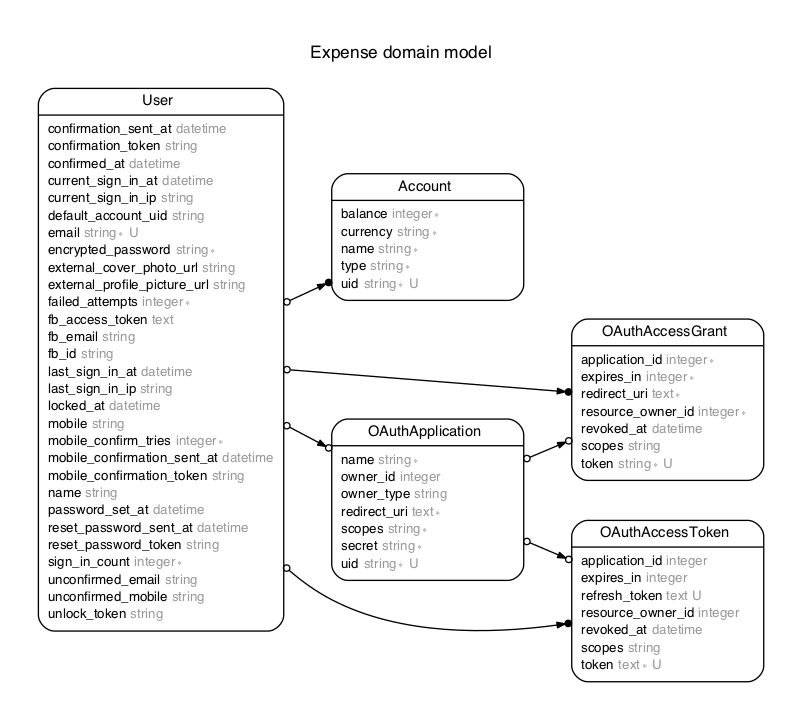
The Graphviz diagram erd.png in expenture/Expense, before a commit. Its source is kept beside it as erd.dot. Source of this version:
```dot
digraph Expense {
rankdir = "LR";
ranksep = "0.5";
nodesep = "0.4";
pad = "0.4,0.4";
margin = "0,0";
concentrate = "true";
labelloc = "t";
fontsize = "13";
fontname = "Arial BoldMT";
node[ shape  =  "Mrecord" , fontsize  =  "10" , fontname  =  "ArialMT" , margin  =  "0.07,0.05" , penwidth  =  "1.0"];
edge[ fontname  =  "ArialMT" , fontsize  =  "7" , dir  =  "both" , arrowsize  =  "0.9" , penwidth  =  "1.0" , labelangle  =  "32" , labeldistance  =  "1.8"];
label = "Expense domain model\n\n";
m_Account [label = <<table border="0" align="center" cellspacing="0.5" cellpadding="0" width="134">
  <tr><td align="center" valign="bottom" width="130"><font face="Arial BoldMT" point-size="11">Account</font></td></tr>
</table>
|
<table border="0" align="left" cellspacing="2" cellpadding="0" width="134">
  <tr><td align="left" width="130" port="balance">balance <font face="Arial ItalicMT" color="grey60">integer ∗</font></td></tr>
  <tr><td align="left" width="130" port="currency">currency <font face="Arial ItalicMT" color="grey60">string ∗</font></td></tr>
  <tr><td align="left" width="130" port="name">name <font face="Arial ItalicMT" color="grey60">string ∗</font></td></tr>
  <tr><td align="left" width="130" port="type">type <font face="Arial ItalicMT" color="grey60">string ∗</font></td></tr>
  <tr><td align="left" width="130" port="uid">uid <font face="Arial ItalicMT" color="grey60">string ∗ U</font></td></tr>
</table>
>];
m_OAuthAccessGrant [label = <<table border="0" align="center" cellspacing="0.5" cellpadding="0" width="134">
  <tr><td align="center" valign="bottom" width="130"><font face="Arial BoldMT" point-size="11">OAuthAccessGrant</font></td></tr>
</table>
|
<table border="0" align="left" cellspacing="2" cellpadding="0" width="134">
  <tr><td align="left" width="130" port="application_id">application_id <font face="Arial ItalicMT" color="grey60">integer ∗</font></td></tr>
  <tr><td align="left" width="130" port="expires_in">expires_in <font face="Arial ItalicMT" color="grey60">integer ∗</font></td></tr>
  <tr><td align="left" width="130" port="redirect_uri">redirect_uri <font face="Arial ItalicMT" color="grey60">text ∗</font></td></tr>
  <tr><td align="left" width="130" port="resource_owner_id">resource_owner_id <font face="Arial ItalicMT" color="grey60">integer ∗</font></td></tr>
  <tr><td align="left" width="130" port="revoked_at">revoked_at <font face="Arial ItalicMT" color="grey60">datetime</font></td></tr>
  <tr><td align="left" width="130" port="scopes">scopes <font face="Arial ItalicMT" color="grey60">string</font></td></tr>
  <tr><td align="left" width="130" port="token">token <font face="Arial ItalicMT" color="grey60">string ∗ U</font></td></tr>
</table>
>];
m_OAuthAccessToken [label = <<table border="0" align="center" cellspacing="0.5" cellpadding="0" width="134">
  <tr><td align="center" valign="bottom" width="130"><font face="Arial BoldMT" point-size="11">OAuthAccessToken</font></td></tr>
</table>
|
<table border="0" align="left" cellspacing="2" cellpadding="0" width="134">
  <tr><td align="left" width="130" port="application_id">application_id <font face="Arial ItalicMT" color="grey60">integer</font></td></tr>
  <tr><td align="left" width="130" port="expires_in">expires_in <font face="Arial ItalicMT" color="grey60">integer</font></td></tr>
  <tr><td align="left" width="130" port="refresh_token">refresh_token <font face="Arial ItalicMT" color="grey60">text U</font></td></tr>
  <tr><td align="left" width="130" port="resource_owner_id">resource_owner_id <font face="Arial ItalicMT" color="grey60">integer</font></td></tr>
  <tr><td align="left" width="130" port="revoked_at">revoked_at <font face="Arial ItalicMT" color="grey60">datetime</font></td></tr>
  <tr><td align="left" width="130" port="scopes">scopes <font face="Arial ItalicMT" color="grey60">string</font></td></tr>
  <tr><td align="left" width="130" port="token">token <font face="Arial ItalicMT" color="grey60">text ∗ U</font></td></tr>
</table>
>];
m_OAuthApplication [label = <<table border="0" align="center" cellspacing="0.5" cellpadding="0" width="134">
  <tr><td align="center" valign="bottom" width="130"><font face="Arial BoldMT" point-size="11">OAuthApplication</font></td></tr>
</table>
|
<table border="0" align="left" cellspacing="2" cellpadding="0" width="134">
  <tr><td align="left" width="130" port="name">name <font face="Arial ItalicMT" color="grey60">string ∗</font></td></tr>
  <tr><td align="left" width="130" port="owner_id">owner_id <font face="Arial ItalicMT" color="grey60">integer</font></td></tr>
  <tr><td align="left" width="130" port="owner_type">owner_type <font face="Arial ItalicMT" color="grey60">string</font></td></tr>
  <tr><td align="left" width="130" port="redirect_uri">redirect_uri <font face="Arial ItalicMT" color="grey60">text ∗</font></td></tr>
  <tr><td align="left" width="130" port="scopes">scopes <font face="Arial ItalicMT" color="grey60">string ∗</font></td></tr>
  <tr><td align="left" width="130" port="secret">secret <font face="Arial ItalicMT" color="grey60">string ∗</font></td></tr>
  <tr><td align="left" width="130" port="uid">uid <font face="Arial ItalicMT" color="grey60">string ∗ U</font></td></tr>
</table>
>];
m_User [label = <<table border="0" align="center" cellspacing="0.5" cellpadding="0" width="134">
  <tr><td align="center" valign="bottom" width="130"><font face="Arial BoldMT" point-size="11">User</font></td></tr>
</table>
|
<table border="0" align="left" cellspacing="2" cellpadding="0" width="134">
  <tr><td align="left" width="130" port="confirmation_sent_at">confirmation_sent_at <font face="Arial ItalicMT" color="grey60">datetime</font></td></tr>
  <tr><td align="left" width="130" port="confirmation_token">confirmation_token <font face="Arial ItalicMT" color="grey60">string</font></td></tr>
  <tr><td align="left" width="130" port="confirmed_at">confirmed_at <font face="Arial ItalicMT" color="grey60">datetime</font></td></tr>
  <tr><td align="left" width="130" port="current_sign_in_at">current_sign_in_at <font face="Arial ItalicMT" color="grey60">datetime</font></td></tr>
  <tr><td align="left" width="130" port="current_sign_in_ip">current_sign_in_ip <font face="Arial ItalicMT" color="grey60">string</font></td></tr>
  <tr><td align="left" width="130" port="default_account_uid">default_account_uid <font face="Arial ItalicMT" color="grey60">string</font></td></tr>
  <tr><td align="left" width="130" port="email">email <font face="Arial ItalicMT" color="grey60">string ∗ U</font></td></tr>
  <tr><td align="left" width="130" port="encrypted_password">encrypted_password <font face="Arial ItalicMT" color="grey60">string ∗</font></td></tr>
  <tr><td align="left" width="130" port="external_cover_photo_url">external_cover_photo_url <font face="Arial ItalicMT" color="grey60">string</font></td></tr>
  <tr><td align="left" width="130" port="external_profile_picture_url">external_profile_picture_url <font face="Arial ItalicMT" color="grey60">string</font></td></tr>
  <tr><td align="left" width="130" port="failed_attempts">failed_attempts <font face="Arial ItalicMT" color="grey60">integer ∗</font></td></tr>
  <tr><td align="left" width="130" port="fb_access_token">fb_access_token <font face="Arial ItalicMT" color="grey60">text</font></td></tr>
  <tr><td align="left" width="130" port="fb_email">fb_email <font face="Arial ItalicMT" color="grey60">string</font></td></tr>
  <tr><td align="left" width="130" port="fb_id">fb_id <font face="Arial ItalicMT" color="grey60">string</font></td></tr>
  <tr><td align="left" width="130" port="last_sign_in_at">last_sign_in_at <font face="Arial ItalicMT" color="grey60">datetime</font></td></tr>
  <tr><td align="left" width="130" port="last_sign_in_ip">last_sign_in_ip <font face="Arial ItalicMT" color="grey60">string</font></td></tr>
  <tr><td align="left" width="130" port="locked_at">locked_at <font face="Arial ItalicMT" color="grey60">datetime</font></td></tr>
  <tr><td align="left" width="130" port="mobile">mobile <font face="Arial ItalicMT" color="grey60">string</font></td></tr>
  <tr><td align="left" width="130" port="mobile_confirm_tries">mobile_confirm_tries <font face="Arial ItalicMT" color="grey60">integer ∗</font></td></tr>
  <tr><td align="left" width="130" port="mobile_confirmation_sent_at">mobile_confirmation_sent_at <font face="Arial ItalicMT" color="grey60">datetime</font></td></tr>
  <tr><td align="left" width="130" port="mobile_confirmation_token">mobile_confirmation_token <font face="Arial ItalicMT" color="grey60">string</font></td></tr>
  <tr><td align="left" width="130" port="name">name <font face="Arial ItalicMT" color="grey60">string</font></td></tr>
  <tr><td align="left" width="130" port="password_set_at">password_set_at <font face="Arial ItalicMT" color="grey60">datetime</font></td></tr>
  <tr><td align="left" width="130" port="reset_password_sent_at">reset_password_sent_at <font face="Arial ItalicMT" color="grey60">datetime</font></td></tr>
  <tr><td align="left" width="130" port="reset_password_token">reset_password_token <font face="Arial ItalicMT" color="grey60">string</font></td></tr>
  <tr><td align="left" width="130" port="sign_in_count">sign_in_count <font face="Arial ItalicMT" color="grey60">integer ∗</font></td></tr>
  <tr><td align="left" width="130" port="unconfirmed_email">unconfirmed_email <font face="Arial ItalicMT" color="grey60">string</font></td></tr>
  <tr><td align="left" width="130" port="unconfirmed_mobile">unconfirmed_mobile <font face="Arial ItalicMT" color="grey60">string</font></td></tr>
  <tr><td align="left" width="130" port="unlock_token">unlock_token <font face="Arial ItalicMT" color="grey60">string</font></td></tr>
</table>
>];
  m_User -> m_OAuthAccessGrant [arrowsize = "0.6", arrowhead = "dotnormal", arrowtail = "odot", weight = "1"];
  m_OAuthApplication -> m_OAuthAccessGrant [arrowsize = "0.6", arrowhead = "odotnormal", arrowtail = "odot", weight = "2"];
  m_User -> m_OAuthAccessToken [arrowsize = "0.6", arrowhead = "dotnormal", arrowtail = "odot", weight = "1"];
  m_OAuthApplication -> m_OAuthAccessToken [arrowsize = "0.6", arrowhead = "odotnormal", arrowtail = "odot", weight = "2"];
  m_User -> m_OAuthApplication [arrowsize = "0.6", arrowhead = "odotnormal", arrowtail = "odot", weight = "1"];
  m_User -> m_Account [arrowsize = "0.6", arrowhead = "dotnormal", arrowtail = "odot", weight = "2"];
}
```
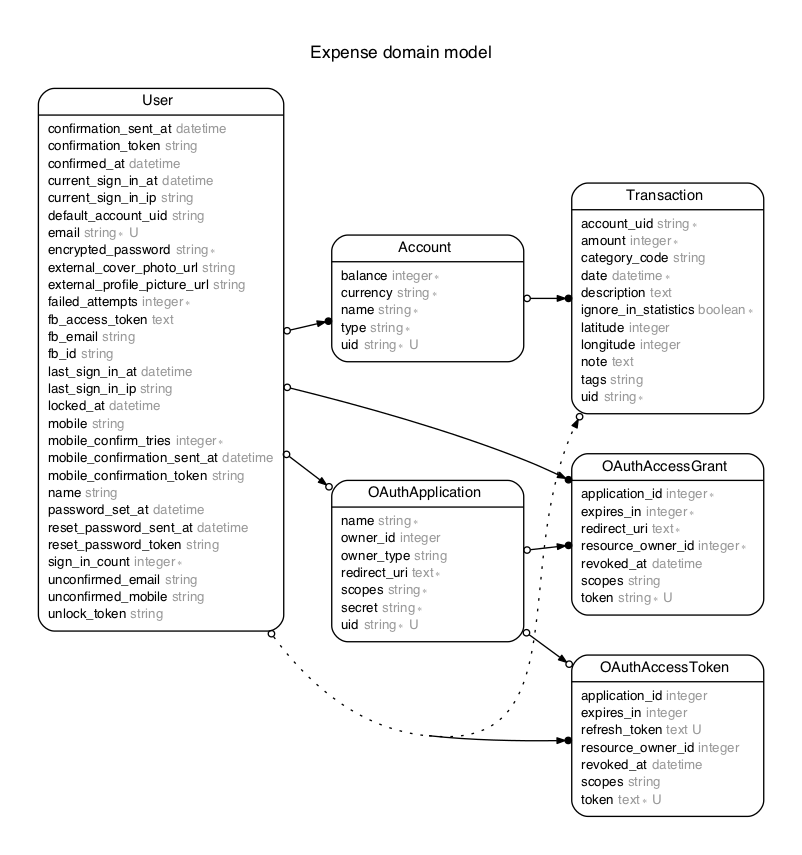
Later version of the same file.

Diff of the diagram source:
```diff
@@ -65,6 +65,24 @@
   <tr><td align="left" width="130" port="uid">uid <font face="Arial ItalicMT" color="grey60">string ∗ U</font></td></tr>
 </table>
 >];
+m_Transaction [label = <<table border="0" align="center" cellspacing="0.5" cellpadding="0" width="134">
+  <tr><td align="center" valign="bottom" width="130"><font face="Arial BoldMT" point-size="11">Transaction</font></td></tr>
+</table>
+|
+<table border="0" align="left" cellspacing="2" cellpadding="0" width="134">
+  <tr><td align="left" width="130" port="account_uid">account_uid <font face="Arial ItalicMT" color="grey60">string ∗</font></td></tr>
+  <tr><td align="left" width="130" port="amount">amount <font face="Arial ItalicMT" color="grey60">integer ∗</font></td></tr>
+  <tr><td align="left" width="130" port="category_code">category_code <font face="Arial ItalicMT" color="grey60">string</font></td></tr>
+  <tr><td align="left" width="130" port="date">date <font face="Arial ItalicMT" color="grey60">datetime ∗</font></td></tr>
+  <tr><td align="left" width="130" port="description">description <font face="Arial ItalicMT" color="grey60">text</font></td></tr>
+  <tr><td align="left" width="130" port="ignore_in_statistics">ignore_in_statistics <font face="Arial ItalicMT" color="grey60">boolean ∗</font></td></tr>
+  <tr><td align="left" width="130" port="latitude">latitude <font face="Arial ItalicMT" color="grey60">integer</font></td></tr>
+  <tr><td align="left" width="130" port="longitude">longitude <font face="Arial ItalicMT" color="grey60">integer</font></td></tr>
+  <tr><td align="left" width="130" port="note">note <font face="Arial ItalicMT" color="grey60">text</font></td></tr>
+  <tr><td align="left" width="130" port="tags">tags <font face="Arial ItalicMT" color="grey60">string</font></td></tr>
+  <tr><td align="left" width="130" port="uid">uid <font face="Arial ItalicMT" color="grey60">string ∗</font></td></tr>
+</table>
+>];
 m_User [label = <<table border="0" align="center" cellspacing="0.5" cellpadding="0" width="134">
   <tr><td align="center" valign="bottom" width="130"><font face="Arial BoldMT" point-size="11">User</font></td></tr>
 </table>
@@ -102,9 +120,11 @@
 </table>
 >];
   m_User -> m_OAuthAccessGrant [arrowsize = "0.6", arrowhead = "dotnormal", arrowtail = "odot", weight = "1"];
-  m_OAuthApplication -> m_OAuthAccessGrant [arrowsize = "0.6", arrowhead = "odotnormal", arrowtail = "odot", weight = "2"];
+  m_OAuthApplication -> m_OAuthAccessGrant [arrowsize = "0.6", arrowhead = "dotnormal", arrowtail = "odot", weight = "2"];
   m_User -> m_OAuthAccessToken [arrowsize = "0.6", arrowhead = "dotnormal", arrowtail = "odot", weight = "1"];
   m_OAuthApplication -> m_OAuthAccessToken [arrowsize = "0.6", arrowhead = "odotnormal", arrowtail = "odot", weight = "2"];
   m_User -> m_OAuthApplication [arrowsize = "0.6", arrowhead = "odotnormal", arrowtail = "odot", weight = "1"];
   m_User -> m_Account [arrowsize = "0.6", arrowhead = "dotnormal", arrowtail = "odot", weight = "2"];
+  m_User -> m_Transaction [style = "dotted", arrowsize = "0.6", arrowhead = "odotnormal", arrowtail = "odot", weight = "1", constraint = "false"];
+  m_Account -> m_Transaction [arrowsize = "0.6", arrowhead = "dotnormal", arrowtail = "odot", weight = "2"];
 }
```
